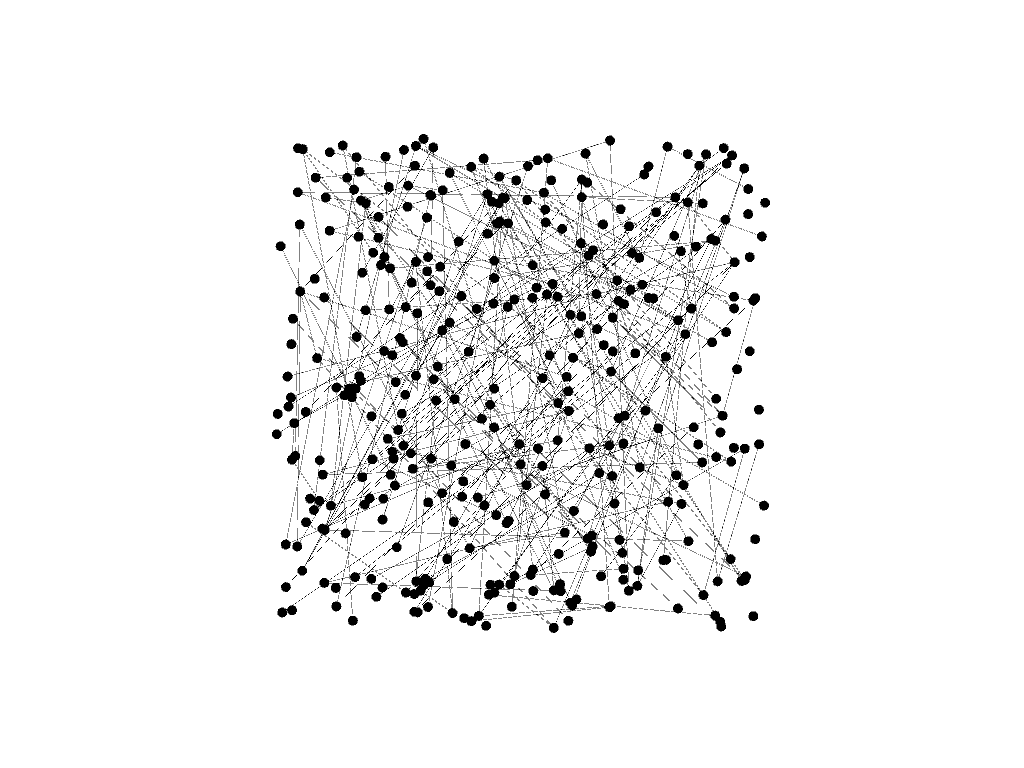
Above: Salidas/Images/Salida01.png in ccaballeroh/ProyectoJava (Graphviz), before the change. Its source is kept beside it as Salidas/GV/Salida01.gv.
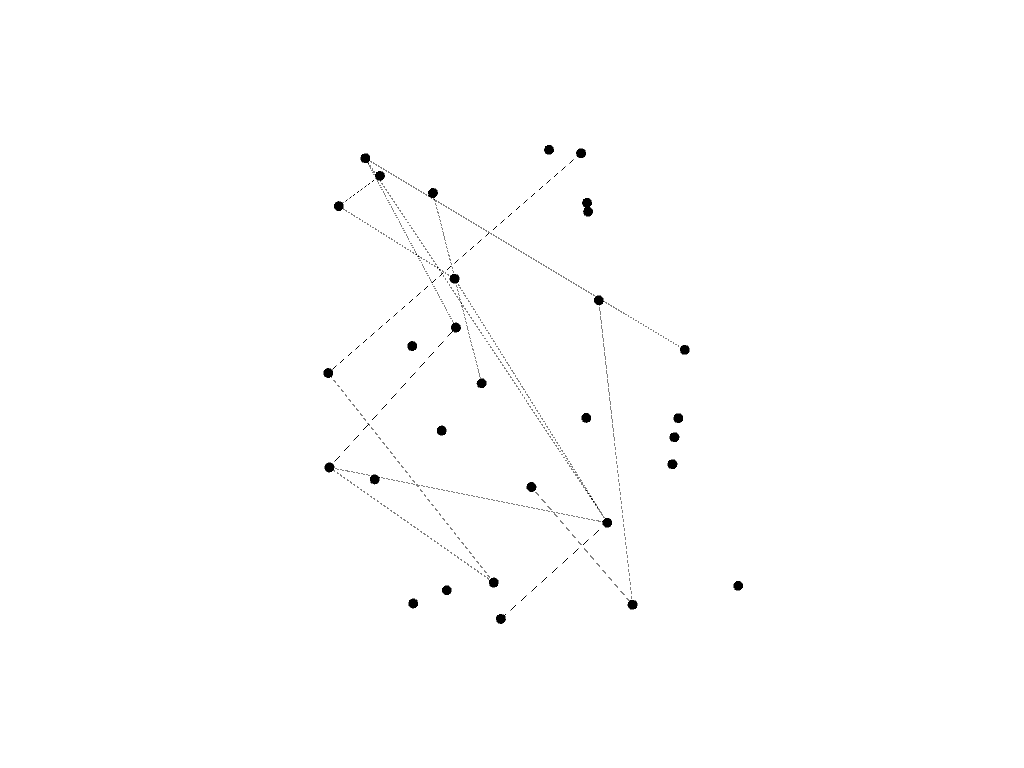
The same diagram one commit later.

Diff of the diagram source:
```diff
@@ -29,806 +29,34 @@
 n27;
 n28;
 n29;
-n30;
-n31;
-n32;
-n33;
-n34;
-n35;
-n36;
-n37;
-n38;
-n39;
-n40;
-n41;
-n42;
-n43;
-n44;
-n45;
-n46;
-n47;
-n48;
-n49;
-n50;
-n51;
-n52;
-n53;
-n54;
-n55;
-n56;
-n57;
-n58;
-n59;
-n60;
-n61;
-n62;
-n63;
-n64;
-n65;
-n66;
-n67;
-n68;
-n69;
-n70;
-n71;
-n72;
-n73;
-n74;
-n75;
-n76;
-n77;
-n78;
-n79;
-n80;
-n81;
-n82;
-n83;
-n84;
-n85;
-n86;
-n87;
-n88;
-n89;
-n90;
-n91;
-n92;
-n93;
-n94;
-n95;
-n96;
-n97;
-n98;
-n99;
-n100;
-n101;
-n102;
-n103;
-n104;
-n105;
-n106;
-n107;
-n108;
-n109;
-n110;
-n111;
-n112;
-n113;
-n114;
-n115;
-n116;
-n117;
-n118;
-n119;
-n120;
-n121;
-n122;
-n123;
-n124;
-n125;
-n126;
-n127;
-n128;
-n129;
-n130;
-n131;
-n132;
-n133;
-n134;
-n135;
-n136;
-n137;
-n138;
-n139;
-n140;
-n141;
-n142;
-n143;
-n144;
-n145;
-n146;
-n147;
-n148;
-n149;
-n150;
-n151;
-n152;
-n153;
-n154;
-n155;
-n156;
-n157;
-n158;
-n159;
-n160;
-n161;
-n162;
-n163;
-n164;
-n165;
-n166;
-n167;
-n168;
-n169;
-n170;
-n171;
-n172;
-n173;
-n174;
-n175;
-n176;
-n177;
-n178;
-n179;
-n180;
-n181;
-n182;
-n183;
-n184;
-n185;
-n186;
-n187;
-n188;
-n189;
-n190;
-n191;
-n192;
-n193;
-n194;
-n195;
-n196;
-n197;
-n198;
-n199;
-n200;
-n201;
-n202;
-n203;
-n204;
-n205;
-n206;
-n207;
-n208;
-n209;
-n210;
-n211;
-n212;
-n213;
-n214;
-n215;
-n216;
-n217;
-n218;
-n219;
-n220;
-n221;
-n222;
-n223;
-n224;
-n225;
-n226;
-n227;
-n228;
-n229;
-n230;
-n231;
-n232;
-n233;
-n234;
-n235;
-n236;
-n237;
-n238;
-n239;
-n240;
-n241;
-n242;
-n243;
-n244;
-n245;
-n246;
-n247;
-n248;
-n249;
-n250;
-n251;
-n252;
-n253;
-n254;
-n255;
-n256;
-n257;
-n258;
-n259;
-n260;
-n261;
-n262;
-n263;
-n264;
-n265;
-n266;
-n267;
-n268;
-n269;
-n270;
-n271;
-n272;
-n273;
-n274;
-n275;
-n276;
-n277;
-n278;
-n279;
-n280;
-n281;
-n282;
-n283;
-n284;
-n285;
-n286;
-n287;
-n288;
-n289;
-n290;
-n291;
-n292;
-n293;
-n294;
-n295;
-n296;
-n297;
-n298;
-n299;
-n300;
-n301;
-n302;
-n303;
-n304;
-n305;
-n306;
-n307;
-n308;
-n309;
-n310;
-n311;
-n312;
-n313;
-n314;
-n315;
-n316;
-n317;
-n318;
-n319;
-n320;
-n321;
-n322;
-n323;
-n324;
-n325;
-n326;
-n327;
-n328;
-n329;
-n330;
-n331;
-n332;
-n333;
-n334;
-n335;
-n336;
-n337;
-n338;
-n339;
-n340;
-n341;
-n342;
-n343;
-n344;
-n345;
-n346;
-n347;
-n348;
-n349;
-n350;
-n351;
-n352;
-n353;
-n354;
-n355;
-n356;
-n357;
-n1 -- n47;
-n1 -- n314;
-n2 -- n27;
-n2 -- n343;
-n3 -- n229;
-n4 -- n20;
-n4 -- n193;
-n5 -- n154;
-n6 -- n163;
-n8 -- n83;
-n10 -- n28;
-n10 -- n19;
-n12 -- n217;
-n12 -- n118;
-n12 -- n208;
-n12 -- n106;
-n12 -- n200;
-n12 -- n262;
-n13 -- n66;
-n13 -- n20;
-n14 -- n318;
-n14 -- n193;
-n15 -- n272;
-n15 -- n240;
-n17 -- n72;
-n17 -- n63;
-n17 -- n333;
-n17 -- n170;
-n18 -- n95;
-n18 -- n246;
-n19 -- n10;
-n20 -- n4;
-n20 -- n13;
-n22 -- n49;
-n22 -- n40;
-n22 -- n222;
-n22 -- n200;
-n22 -- n309;
-n22 -- n296;
-n23 -- n159;
-n24 -- n293;
-n25 -- n40;
-n25 -- n245;
-n25 -- n79;
-n26 -- n64;
-n26 -- n90;
-n27 -- n2;
-n27 -- n236;
-n27 -- n267;
-n28 -- n10;
-n29 -- n85;
-n29 -- n72;
-n30 -- n116;
-n31 -- n285;
-n32 -- n42;
-n32 -- n242;
-n33 -- n228;
-n36 -- n327;
-n36 -- n265;
-n36 -- n152;
-n36 -- n77;
-n36 -- n190;
-n37 -- n281;
-n37 -- n196;
-n38 -- n135;
-n38 -- n54;
-n39 -- n231;
-n40 -- n25;
-n40 -- n22;
-n41 -- n108;
-n42 -- n76;
-n42 -- n32;
-n44 -- n163;
-n46 -- n91;
-n47 -- n1;
-n49 -- n348;
-n49 -- n240;
-n49 -- n22;
-n50 -- n166;
-n51 -- n173;
-n54 -- n38;
-n54 -- n355;
-n55 -- n83;
-n55 -- n198;
-n57 -- n218;
-n57 -- n306;
-n58 -- n252;
-n58 -- n80;
-n58 -- n231;
-n62 -- n352;
-n63 -- n17;
-n63 -- n75;
-n64 -- n91;
-n64 -- n26;
-n66 -- n13;
-n66 -- n179;
-n69 -- n71;
-n69 -- n226;
-n70 -- n145;
-n70 -- n251;
-n70 -- n189;
-n71 -- n69;
-n72 -- n29;
-n72 -- n17;
-n72 -- n259;
-n74 -- n169;
-n75 -- n63;
-n75 -- n98;
-n75 -- n289;
-n76 -- n42;
-n77 -- n36;
-n78 -- n239;
-n78 -- n317;
-n79 -- n25;
-n79 -- n340;
-n79 -- n224;
-n80 -- n58;
-n81 -- n356;
-n83 -- n55;
-n83 -- n8;
-n84 -- n209;
-n84 -- n223;
-n85 -- n29;
-n88 -- n217;
-n90 -- n197;
-n90 -- n26;
-n91 -- n64;
-n91 -- n46;
-n92 -- n299;
-n92 -- n182;
-n92 -- n199;
-n93 -- n220;
-n94 -- n335;
-n94 -- n289;
-n94 -- n258;
-n95 -- n18;
-n96 -- n179;
-n97 -- n104;
-n98 -- n331;
-n98 -- n75;
-n99 -- n318;
-n100 -- n218;
-n100 -- n332;
-n101 -- n141;
-n103 -- n158;
-n104 -- n218;
-n104 -- n297;
-n104 -- n97;
-n105 -- n183;
-n106 -- n192;
-n106 -- n12;
-n106 -- n308;
-n106 -- n253;
-n106 -- n169;
-n107 -- n218;
-n108 -- n207;
-n108 -- n283;
-n108 -- n41;
-n109 -- n273;
-n109 -- n221;
-n109 -- n295;
-n110 -- n251;
-n111 -- n174;
-n111 -- n143;
-n111 -- n259;
-n112 -- n213;
-n112 -- n225;
-n113 -- n304;
-n114 -- n172;
-n116 -- n30;
-n117 -- n339;
-n117 -- n226;
-n118 -- n12;
-n118 -- n210;
-n119 -- n152;
-n119 -- n138;
-n119 -- n295;
-n120 -- n347;
-n121 -- n245;
-n121 -- n177;
-n122 -- n197;
-n125 -- n329;
-n128 -- n172;
-n129 -- n337;
-n129 -- n176;
-n129 -- n177;
-n130 -- n307;
-n131 -- n341;
-n131 -- n175;
-n131 -- n144;
-n132 -- n353;
-n133 -- n324;
-n135 -- n38;
-n137 -- n344;
-n138 -- n119;
-n138 -- n342;
-n141 -- n101;
-n143 -- n111;
-n144 -- n176;
-n144 -- n131;
-n145 -- n70;
-n145 -- n222;
-n146 -- n322;
-n146 -- n317;
-n147 -- n149;
-n148 -- n162;
-n148 -- n216;
-n148 -- n333;
-n149 -- n311;
-n149 -- n147;
-n150 -- n290;
-n151 -- n161;
-n152 -- n119;
-n152 -- n167;
-n152 -- n36;
-n154 -- n5;
-n156 -- n258;
-n158 -- n268;
-n158 -- n103;
-n159 -- n23;
-n160 -- n276;
-n161 -- n151;
-n162 -- n148;
-n163 -- n6;
-n163 -- n350;
-n163 -- n44;
-n164 -- n307;
-n165 -- n349;
-n166 -- n50;
-n166 -- n356;
-n167 -- n152;
-n167 -- n219;
-n169 -- n239;
-n169 -- n106;
-n169 -- n74;
-n169 -- n231;
-n170 -- n17;
-n171 -- n353;
-n172 -- n205;
-n172 -- n114;
-n172 -- n128;
-n173 -- n216;
-n173 -- n51;
-n174 -- n111;
-n174 -- n290;
-n174 -- n312;
-n175 -- n131;
-n176 -- n345;
-n176 -- n255;
-n176 -- n129;
-n176 -- n144;
-n177 -- n284;
-n177 -- n247;
-n177 -- n305;
-n177 -- n129;
-n177 -- n121;
-n179 -- n66;
-n179 -- n96;
-n180 -- n345;
-n180 -- n247;
-n180 -- n283;
-n180 -- n344;
-n181 -- n347;
-n182 -- n229;
-n182 -- n210;
-n182 -- n216;
-n182 -- n328;
-n182 -- n92;
-n183 -- n105;
-n185 -- n200;
-n185 -- n262;
-n187 -- n220;
-n188 -- n263;
-n189 -- n70;
-n189 -- n347;
-n190 -- n240;
-n190 -- n36;
-n192 -- n324;
-n192 -- n106;
-n193 -- n4;
-n193 -- n14;
-n195 -- n338;
-n196 -- n322;
-n196 -- n37;
-n197 -- n122;
-n197 -- n90;
-n198 -- n212;
-n198 -- n55;
-n199 -- n92;
-n200 -- n12;
-n200 -- n22;
-n200 -- n185;
-n205 -- n291;
-n205 -- n172;
-n207 -- n108;
-n207 -- n309;
-n207 -- n298;
-n208 -- n12;
-n209 -- n84;
-n210 -- n118;
-n210 -- n182;
-n212 -- n198;
-n212 -- n297;
-n213 -- n112;
-n213 -- n245;
-n216 -- n173;
-n216 -- n182;
-n216 -- n148;
-n217 -- n12;
-n217 -- n88;
-n218 -- n57;
-n218 -- n107;
-n218 -- n100;
-n218 -- n104;
-n219 -- n239;
-n219 -- n167;
-n220 -- n93;
-n220 -- n356;
-n220 -- n187;
-n221 -- n109;
-n222 -- n145;
-n222 -- n22;
-n223 -- n84;
-n224 -- n79;
-n225 -- n112;
-n226 -- n117;
-n226 -- n305;
-n226 -- n69;
-n227 -- n338;
-n228 -- n33;
-n228 -- n296;
-n229 -- n3;
-n229 -- n182;
-n231 -- n58;
-n231 -- n169;
-n231 -- n39;
-n236 -- n27;
-n237 -- n346;
-n238 -- n244;
-n239 -- n78;
-n239 -- n169;
-n239 -- n219;
-n240 -- n49;
-n240 -- n190;
-n240 -- n15;
-n241 -- n257;
-n242 -- n32;
-n243 -- n353;
-n244 -- n238;
-n245 -- n213;
-n245 -- n25;
-n245 -- n121;
-n246 -- n18;
-n247 -- n180;
-n247 -- n340;
-n247 -- n177;
-n248 -- n262;
-n251 -- n110;
-n251 -- n70;
-n252 -- n58;
-n253 -- n106;
-n255 -- n176;
-n257 -- n241;
-n258 -- n94;
-n258 -- n156;
-n259 -- n72;
-n259 -- n111;
-n262 -- n12;
-n262 -- n248;
-n262 -- n302;
-n262 -- n185;
-n263 -- n294;
-n263 -- n188;
-n265 -- n289;
-n265 -- n36;
-n267 -- n27;
-n268 -- n158;
-n272 -- n15;
-n273 -- n281;
-n273 -- n109;
-n274 -- n347;
-n276 -- n160;
-n281 -- n273;
-n281 -- n37;
-n282 -- n342;
-n283 -- n180;
-n283 -- n108;
-n284 -- n177;
-n285 -- n31;
-n289 -- n265;
-n289 -- n94;
-n289 -- n75;
-n290 -- n174;
-n290 -- n150;
-n291 -- n205;
-n293 -- n24;
-n294 -- n263;
-n294 -- n300;
-n295 -- n119;
-n295 -- n109;
-n296 -- n22;
-n296 -- n228;
-n297 -- n212;
-n297 -- n104;
-n298 -- n207;
-n299 -- n92;
-n300 -- n294;
-n301 -- n352;
-n302 -- n262;
-n304 -- n113;
-n304 -- n344;
-n305 -- n226;
-n305 -- n177;
-n306 -- n57;
-n307 -- n164;
-n307 -- n130;
-n308 -- n106;
-n309 -- n207;
-n309 -- n22;
-n311 -- n149;
-n312 -- n174;
-n314 -- n1;
-n317 -- n78;
-n317 -- n146;
-n318 -- n14;
-n318 -- n99;
-n321 -- n329;
-n322 -- n196;
-n322 -- n146;
-n324 -- n192;
-n324 -- n133;
-n327 -- n36;
-n328 -- n182;
-n329 -- n125;
-n329 -- n321;
-n331 -- n98;
-n332 -- n100;
-n333 -- n17;
-n333 -- n148;
-n334 -- n356;
-n335 -- n94;
-n337 -- n129;
-n338 -- n227;
-n338 -- n195;
-n339 -- n117;
-n340 -- n247;
-n340 -- n79;
-n341 -- n131;
-n342 -- n282;
-n342 -- n138;
-n343 -- n2;
-n344 -- n137;
-n344 -- n180;
-n344 -- n304;
-n345 -- n180;
-n345 -- n176;
-n346 -- n237;
-n347 -- n181;
-n347 -- n274;
-n347 -- n189;
-n347 -- n120;
-n348 -- n49;
-n349 -- n165;
-n350 -- n163;
-n352 -- n62;
-n352 -- n301;
-n353 -- n132;
-n353 -- n171;
-n353 -- n243;
-n355 -- n54;
-n356 -- n334;
-n356 -- n220;
-n356 -- n81;
-n356 -- n166;
+n0 -- n25;
+n0 -- n1;
+n1 -- n27;
+n1 -- n0;
+n3 -- n10;
+n5 -- n21;
+n6 -- n27;
+n6 -- n11;
+n9 -- n27;
+n9 -- n11;
+n9 -- n29;
+n9 -- n23;
+n10 -- n29;
+n10 -- n3;
+n11 -- n6;
+n11 -- n9;
+n11 -- n15;
+n15 -- n11;
+n19 -- n28;
+n21 -- n5;
+n21 -- n22;
+n22 -- n21;
+n23 -- n9;
+n25 -- n0;
+n27 -- n6;
+n27 -- n9;
+n27 -- n1;
+n28 -- n19;
+n29 -- n9;
+n29 -- n10;
 }
```
